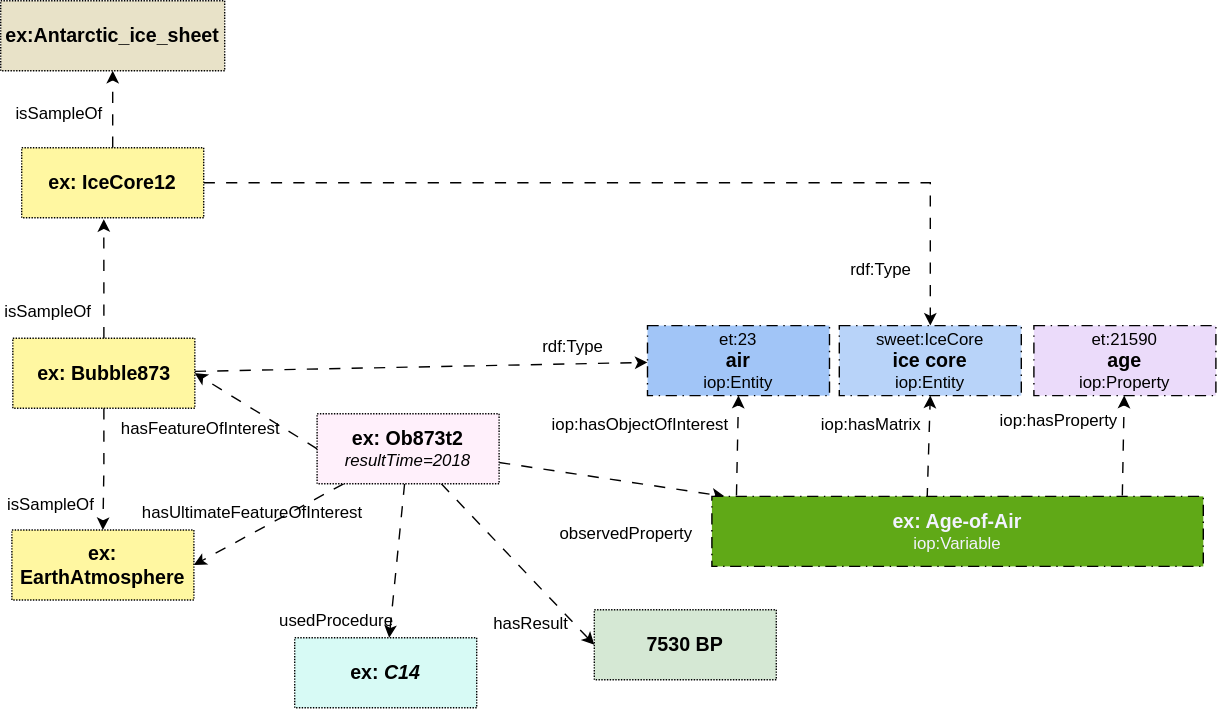
w3c/sdw-sosa-ssn keeps this draw.io diagram as ssn/images/AgeOfAir-i-adopt.svg. Above is the earlier version. Source tidied: cells renumbered, new cells last; positions are measured from the earlier drawing's top-left corner, leaving out a move shared by most shapes.
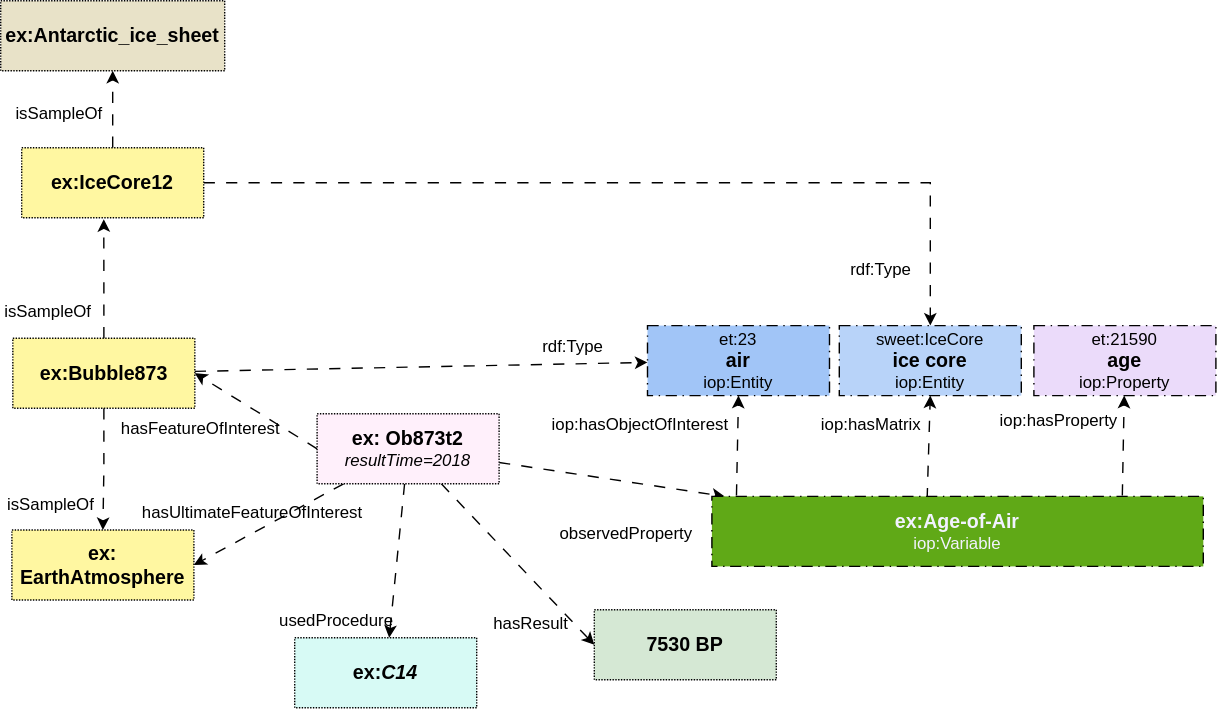
The same file after the commit.

The edit, as a diff of the source:
```diff
@@ -15,7 +15,7 @@
         </Array>
       </mxGeometry>
     </mxCell>
-    <mxCell id="5" value="&lt;b&gt;&lt;font style=&quot;font-size: 14px;&quot;&gt;ex: IceCore12&lt;/font&gt;&lt;/b&gt;" style="rounded=0;whiteSpace=wrap;html=1;dashed=1;fillColor=light-dark(#fff7a1, #ededed);fontStyle=0;dashPattern=1 1;" parent="1" vertex="1">
+    <mxCell id="5" value="&lt;b&gt;&lt;font style=&quot;font-size: 14px;&quot;&gt;ex:IceCore12&lt;/font&gt;&lt;/b&gt;" style="rounded=0;whiteSpace=wrap;html=1;dashed=1;fillColor=light-dark(#fff7a1, #ededed);fontStyle=0;dashPattern=1 1;" parent="1" vertex="1">
       <mxGeometry x="15" y="105" width="130" height="50" as="geometry" />
     </mxCell>
     <mxCell id="6" style="rounded=0;jettySize=auto;html=1;exitX=0;exitY=0.5;exitDx=0;exitDy=0;entryX=1;entryY=0.5;entryDx=0;entryDy=0;dashed=1;dashPattern=8 8;" parent="1" edge="1" source="11" target="21">
@@ -47,7 +47,7 @@
     <mxCell id="14" style="rounded=0;jettySize=auto;html=1;exitX=0.05;exitY=-0.013;exitDx=0;exitDy=0;entryX=0.5;entryY=1;entryDx=0;entryDy=0;dashed=1;dashPattern=8 8;exitPerimeter=0;" parent="1" edge="1" source="15" target="17">
       <mxGeometry relative="1" as="geometry" />
     </mxCell>
-    <mxCell id="15" value="&lt;font style=&quot;&quot;&gt;&lt;b style=&quot;font-size: 14px;&quot;&gt;ex: Age-of-Air&lt;br&gt;&lt;/b&gt;iop:Variable&lt;/font&gt;" style="rounded=0;whiteSpace=wrap;html=1;dashed=1;fillColor=light-dark(#60a917, #ededed);fontStyle=0;dashPattern=8 4 1 4;fontColor=light-dark(#f2f2ff, #ededed);" parent="1" vertex="1">
+    <mxCell id="15" value="&lt;font style=&quot;&quot;&gt;&lt;b style=&quot;font-size: 14px;&quot;&gt;ex:Age-of-Air&lt;br&gt;&lt;/b&gt;iop:Variable&lt;/font&gt;" style="rounded=0;whiteSpace=wrap;html=1;dashed=1;fillColor=light-dark(#60a917, #ededed);fontStyle=0;dashPattern=8 4 1 4;fontColor=light-dark(#f2f2ff, #ededed);" parent="1" vertex="1">
       <mxGeometry x="508" y="354" width="351" height="50" as="geometry" />
     </mxCell>
     <mxCell id="16" value="&lt;font style=&quot;&quot;&gt;&lt;font style=&quot;&quot;&gt;et:21590&lt;/font&gt;&lt;br&gt;&lt;span style=&quot;font-weight: bold; font-size: 14px;&quot;&gt;age&lt;/span&gt;&lt;br&gt;&lt;font&gt;iop:Property&lt;/font&gt;&lt;/font&gt;" style="rounded=0;whiteSpace=wrap;html=1;dashed=1;fillColor=light-dark(#ebdbfa, #ededed);fontStyle=0;dashPattern=8 4 1 4;" parent="1" vertex="1">
@@ -65,7 +65,7 @@
     <mxCell id="20" style="edgeStyle=orthogonalEdgeStyle;rounded=0;jettySize=auto;html=1;entryX=0.5;entryY=0;entryDx=0;entryDy=0;dashed=1;dashPattern=8 8;" parent="1" edge="1" source="21" target="36">
       <mxGeometry relative="1" as="geometry" />
     </mxCell>
-    <mxCell id="21" value="&lt;b&gt;&lt;font style=&quot;font-size: 14px;&quot;&gt;ex: Bubble873&lt;/font&gt;&lt;/b&gt;" style="rounded=0;whiteSpace=wrap;html=1;dashed=1;fillColor=light-dark(#fff7a1, #ededed);fontStyle=0;dashPattern=1 1;" parent="1" vertex="1">
+    <mxCell id="21" value="&lt;b&gt;&lt;font style=&quot;font-size: 14px;&quot;&gt;ex:Bubble873&lt;/font&gt;&lt;/b&gt;" style="rounded=0;whiteSpace=wrap;html=1;dashed=1;fillColor=light-dark(#fff7a1, #ededed);fontStyle=0;dashPattern=1 1;" parent="1" vertex="1">
       <mxGeometry x="8.7" y="241" width="130" height="50" as="geometry" />
     </mxCell>
     <mxCell id="22" value="hasFeatureOfInterest" style="text;html=1;whiteSpace=wrap;strokeColor=none;fillColor=none;align=center;verticalAlign=middle;rounded=0;" parent="1" vertex="1">
@@ -100,7 +100,7 @@
     <mxCell id="31" value="rdf:Type" style="text;html=1;whiteSpace=wrap;strokeColor=none;fillColor=none;align=center;verticalAlign=middle;rounded=0;" parent="1" vertex="1">
       <mxGeometry x="599" y="177" width="60" height="30" as="geometry" />
     </mxCell>
-    <mxCell id="32" value="&lt;font style=&quot;&quot;&gt;&lt;b style=&quot;font-size: 14px;&quot;&gt;ex: &lt;i&gt;C14&lt;/i&gt;&lt;/b&gt;&lt;/font&gt;" style="rounded=0;whiteSpace=wrap;html=1;dashed=1;fillColor=light-dark(#d7faf5, #ededed);fontStyle=0;dashPattern=1 1;" parent="1" vertex="1">
+    <mxCell id="32" value="&lt;font style=&quot;&quot;&gt;&lt;b style=&quot;font-size: 14px;&quot;&gt;ex:&lt;i&gt;C14&lt;/i&gt;&lt;/b&gt;&lt;/font&gt;" style="rounded=0;whiteSpace=wrap;html=1;dashed=1;fillColor=light-dark(#d7faf5, #ededed);fontStyle=0;dashPattern=1 1;" parent="1" vertex="1">
       <mxGeometry x="210" y="455" width="130" height="50" as="geometry" />
     </mxCell>
     <mxCell id="33" value="usedProcedure" style="text;html=1;whiteSpace=wrap;strokeColor=none;fillColor=none;align=center;verticalAlign=middle;rounded=0;" parent="1" vertex="1">
```
